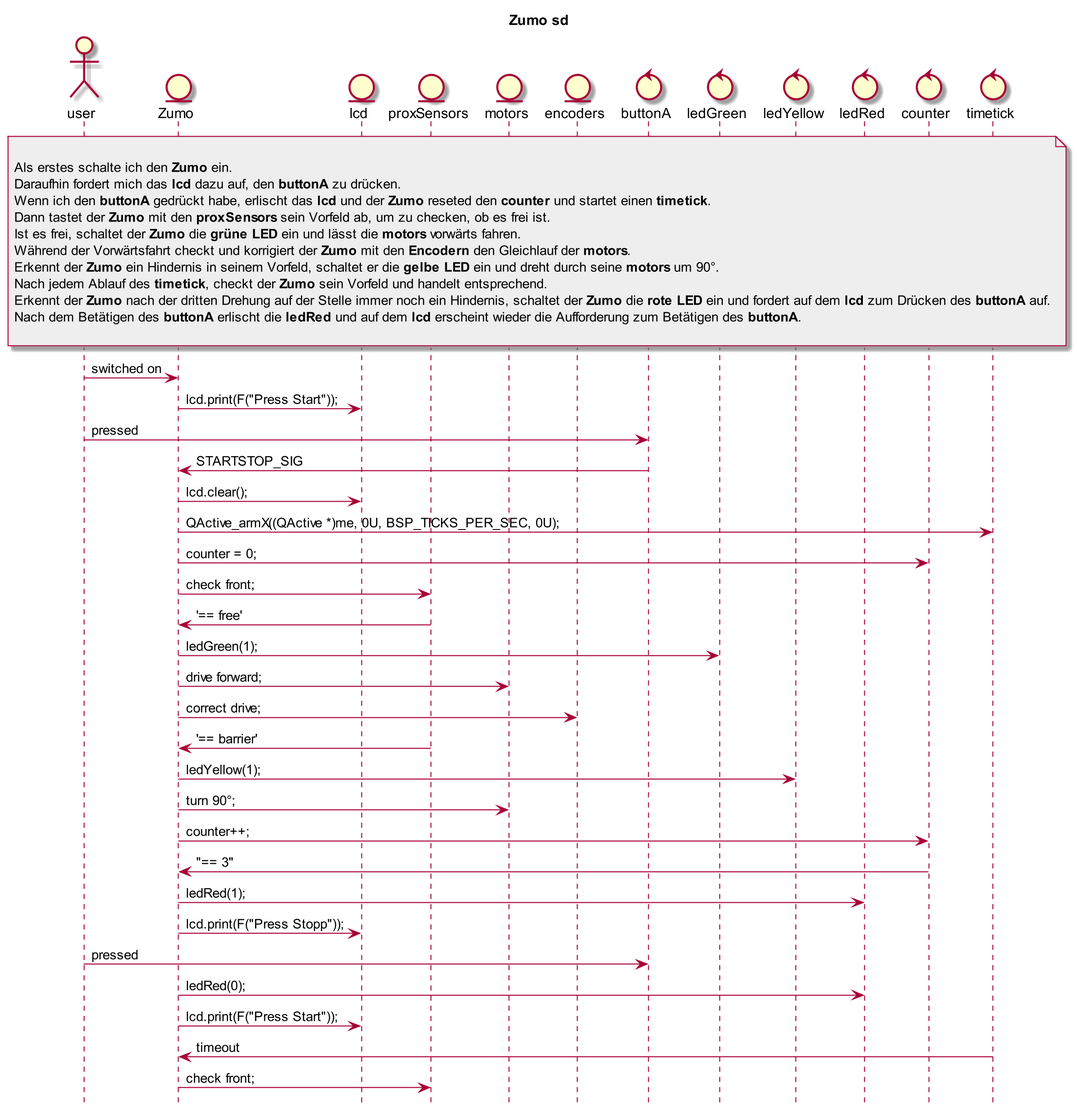
The PlantUML diagram Zumo_SD.png in orje/Zumo_QM_QPnano, before a commit. Its diagram source:
```plantuml
@startuml
skinparam dpi 200

hide footbox


title Zumo sd


actor user
entity Zumo
entity lcd
entity proxSensors
entity motors
entity encoders
control buttonA
control ledGreen
control ledYellow
control ledRed
control counter
control timetick


note over timetick, user #EEEEEE

Als erstes schalte ich den **Zumo** ein.
Daraufhin fordert mich das **lcd** dazu auf, den **buttonA** zu drücken.
Wenn ich den **buttonA** gedrückt habe, erlischt das **lcd** und der **Zumo** reseted den **counter** und startet einen **timetick**.
Dann tastet der **Zumo** mit den **proxSensors** sein Vorfeld ab, um zu checken, ob es frei ist.
Ist es frei, schaltet der **Zumo** die **grüne LED** ein und lässt die **motors** vorwärts fahren.
Während der Vorwärtsfahrt checkt und korrigiert der **Zumo** mit den **Encodern** den Gleichlauf der **motors**.
Erkennt der **Zumo** ein Hindernis in seinem Vorfeld, schaltet er die **gelbe LED** ein und dreht durch seine **motors** um 90°.
Nach jedem Ablauf des **timetick**, checkt der **Zumo** sein Vorfeld und handelt entsprechend.
Erkennt der **Zumo** nach der dritten Drehung auf der Stelle immer noch ein Hindernis, schaltet der **Zumo** die **rote LED** ein und fordert auf dem **lcd** zum Drücken des **buttonA** auf.
Nach dem Betätigen des **buttonA** erlischt die **ledRed** und auf dem **lcd** erscheint wieder die Aufforderung zum Betätigen des **buttonA**.

end note


user -> Zumo : switched on
Zumo -> lcd : lcd.print(F("Press Start"));

user -> buttonA : pressed
buttonA -> Zumo : STARTSTOP_SIG
Zumo -> lcd : lcd.clear();
Zumo -> timetick : QActive_armX((QActive *)me, 0U, BSP_TICKS_PER_SEC, 0U);
Zumo -> counter : counter = 0;
Zumo -> proxSensors : check front;

proxSensors -> Zumo : '== free'
Zumo -> ledGreen : ledGreen(1);
Zumo -> motors : drive forward;
Zumo -> encoders : correct drive;

proxSensors -> Zumo : '== barrier'
Zumo -> ledYellow : ledYellow(1);
Zumo -> motors : turn 90°;
Zumo -> counter : counter++;

counter -> Zumo : "== 3"
Zumo -> ledRed : ledRed(1);
Zumo -> lcd : lcd.print(F("Press Stopp"));
user -> buttonA : pressed
Zumo -> ledRed : ledRed(0);
Zumo -> lcd : lcd.print(F("Press Start"));

timetick -> Zumo : timeout
Zumo -> proxSensors : check front;
@enduml
```
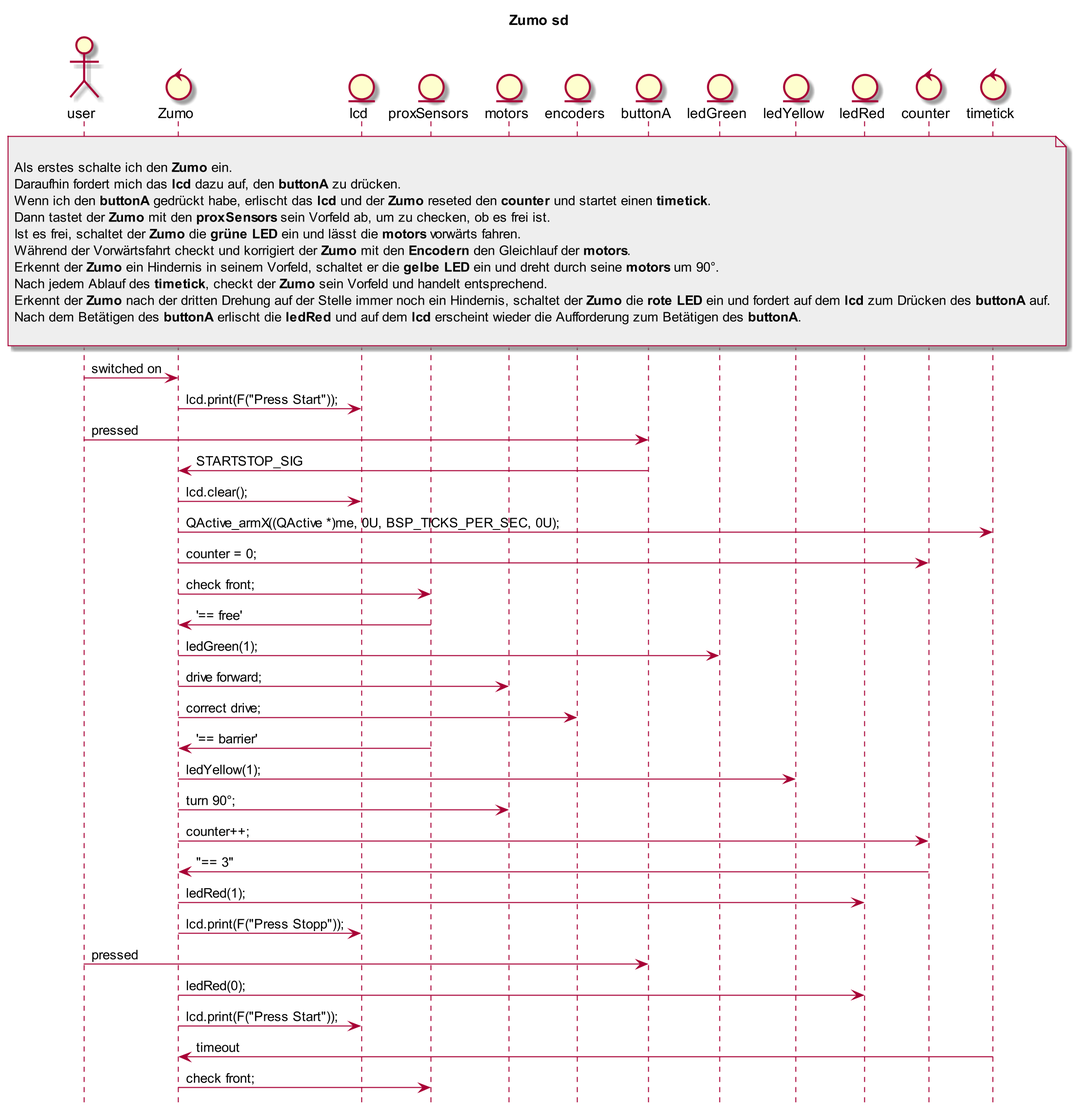
After the change.

Diff of the diagram source:
```diff
@@ -8,15 +8,15 @@
 
 
 actor user
-entity Zumo
+control Zumo
 entity lcd
 entity proxSensors
 entity motors
 entity encoders
-control buttonA
-control ledGreen
-control ledYellow
-control ledRed
+entity buttonA
+entity ledGreen
+entity ledYellow
+entity ledRed
 control counter
 control timetick
 
```
